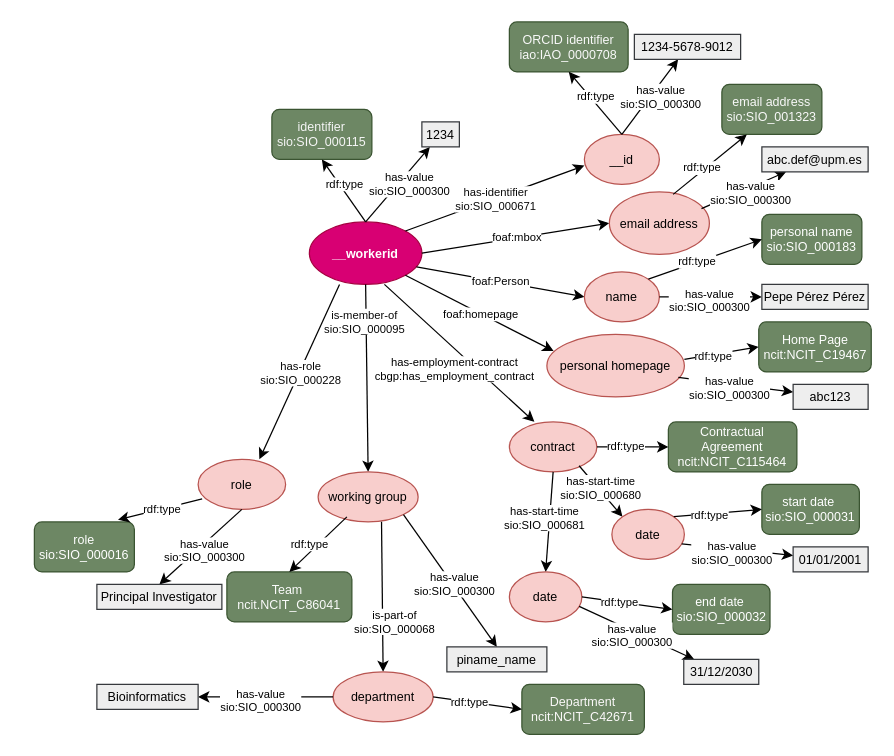
Before: staff-model.drawio in saracuriel/CBGP, a draw.io diagram. Source tidied: cells renumbered, new cells numbered last; positions are measured from the earlier drawing's top-left corner, leaving out a move shared by most shapes. Both pictures are drawn from the tidied source at 125%, with x=0, y=0 at pixel (34, 21).
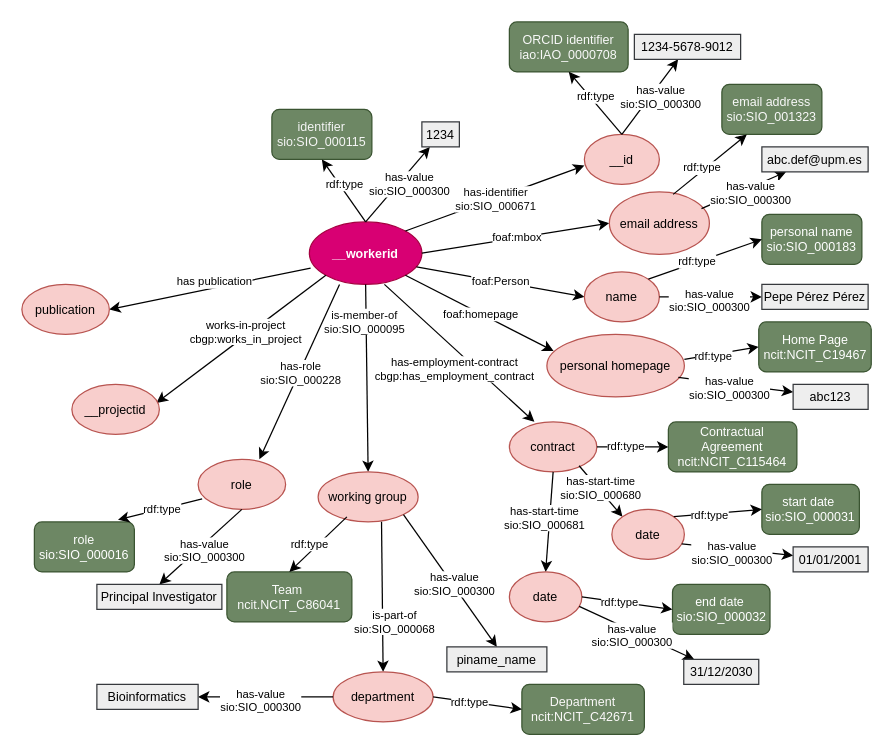
The same page after the edit.

Unchanged cells that the change refers to:
```xml
<mxCell id="2" value="&lt;b&gt;&lt;font&gt;__workerid&lt;/font&gt;&lt;/b&gt;" style="ellipse;whiteSpace=wrap;html=1;fillColor=#d80073;fontColor=#ffffff;strokeColor=#A50040;fontSize=10;" parent="1" vertex="1">
  <mxGeometry x="220" y="160" width="90" height="50" as="geometry" />
</mxCell>
```

The edit, as a diff of the source:
```diff
@@
+    <mxCell id="96" style="endArrow=classic;html=1;rounded=0;exitX=0;exitY=1;exitDx=0;exitDy=0;entryX=0.967;entryY=0.37;entryDx=0;entryDy=0;entryPerimeter=0;" parent="1" edge="1" source="2" target="98">
+      <mxGeometry relative="1" as="geometry" />
+    </mxCell>
+    <mxCell id="97" value="works-in-project&lt;div&gt;cbgp:works_in_project&lt;/div&gt;" style="edgeLabel;html=1;align=center;verticalAlign=middle;fontSize=9;" parent="96" vertex="1">
+      <mxGeometry relative="1" as="geometry">
+        <mxPoint x="3" y="-6" as="offset" />
+      </mxGeometry>
+    </mxCell>
+    <mxCell id="98" value="__projectid" style="ellipse;whiteSpace=wrap;html=1;fillColor=#f8cecc;strokeColor=#b85450;fontSize=10;" parent="1" vertex="1">
+      <mxGeometry x="30" y="290" width="70" height="40" as="geometry" />
+    </mxCell>
+    <mxCell id="99" style="endArrow=classic;html=1;rounded=0;exitX=0.011;exitY=0.74;exitDx=0;exitDy=0;exitPerimeter=0;entryX=1;entryY=0.5;entryDx=0;entryDy=0;" parent="1" edge="1" source="2" target="101">
+      <mxGeometry relative="1" as="geometry" />
+    </mxCell>
+    <mxCell id="100" value="has publication" style="edgeLabel;html=1;align=center;verticalAlign=middle;fontSize=9;" parent="99" vertex="1">
+      <mxGeometry relative="1" as="geometry">
+        <mxPoint x="3" y="-6" as="offset" />
+      </mxGeometry>
+    </mxCell>
+    <mxCell id="101" value="publication" style="ellipse;whiteSpace=wrap;html=1;fillColor=#f8cecc;strokeColor=#b85450;fontSize=10;" parent="1" vertex="1">
+      <mxGeometry x="-10" y="210" width="70" height="40" as="geometry" />
+    </mxCell>
```
